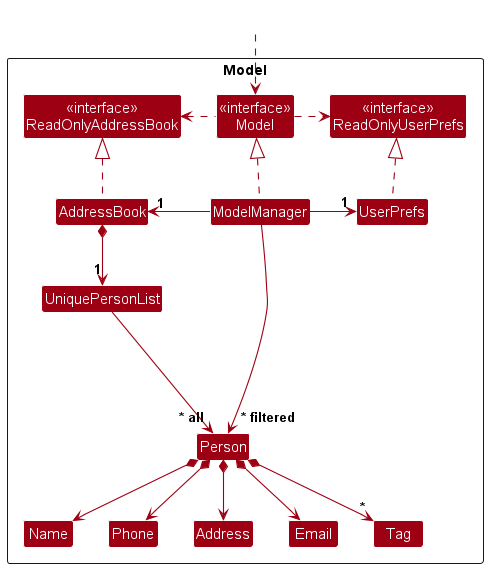
Above: docs/images/ModelClassDiagram.png in nus-cs2103-AY2425S1/tp (PlantUML), before the change.
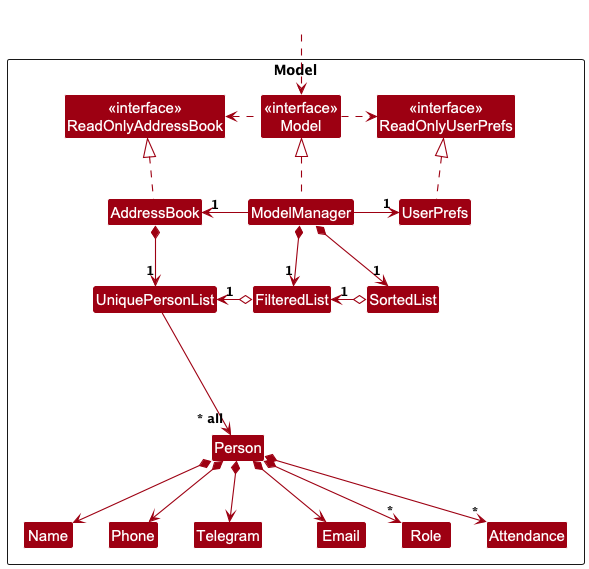
The same diagram one commit later.

Commit message:
Modify DG UML diagram and explanations

The edit, as a diff of the source:
```diff
@@ -14,11 +14,14 @@
 
 Class UniquePersonList
 Class Person
-Class Address
+Class Telegram
 Class Email
 Class Name
 Class Phone
-Class Tag
+Class Role
+Class Attendance
+Class FilteredList
+Class SortedList
 
 Class I #FFFFFF
 }
@@ -33,6 +36,8 @@
 Model .left.> ReadOnlyAddressBook
 ModelManager -left-> "1" AddressBook
 ModelManager -right-> "1" UserPrefs
+ModelManager *-down-> "1" SortedList
+ModelManager *-down-> "1" FilteredList
 UserPrefs .up.|> ReadOnlyUserPrefs
 
 AddressBook *--> "1" UniquePersonList
@@ -40,15 +45,17 @@
 Person *--> Name
 Person *--> Phone
 Person *--> Email
-Person *--> Address
-Person *--> "*" Tag
+Person *--> Telegram
+Person *--> "*" Role
+Person *--> "*" Attendance
 
 Person -[hidden]up--> I
 UniquePersonList -[hidden]right-> I
 
+SortedList o-left-> "1" FilteredList
+FilteredList o-> "1" UniquePersonList
+
 Name -[hidden]right-> Phone
-Phone -[hidden]right-> Address
-Address -[hidden]right-> Email
+Telegram -[hidden]right-> Telegram
 
-ModelManager --> "~* filtered" Person
 @enduml
```
